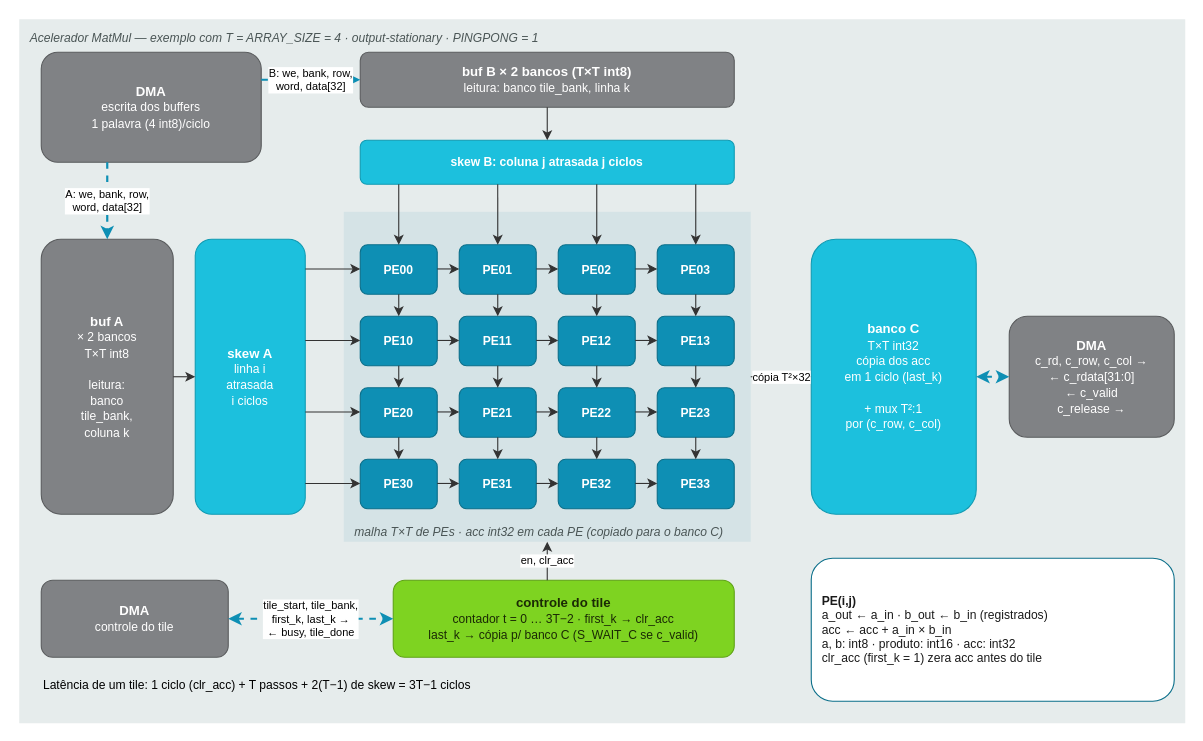
Earlier version of the draw.io diagram docs/img/accel.drawio (jairsdev/rv32-dma). Source tidied: cells renumbered, new cells numbered last; positions are measured from the earlier drawing's top-left corner, leaving out a move shared by most shapes. Both pictures are drawn from the tidied source at 110%, with x=0, y=0 at pixel (19, 19).
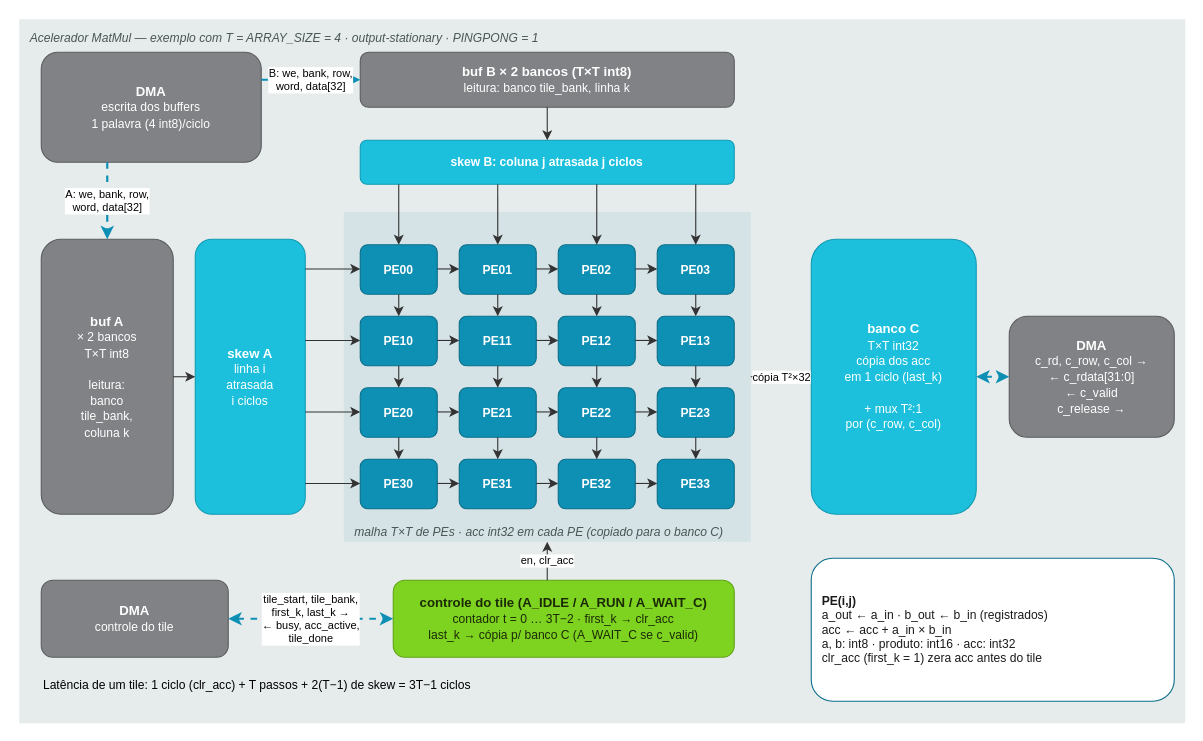
After the change.

Unchanged cells that the change refers to:
```xml
<mxCell id="66" value="DMA&lt;br&gt;&lt;span style='font-weight:normal;font-size:11px'&gt;controle do tile&lt;/span&gt;" style="whiteSpace=wrap;html=1;fontSize=12;fontStyle=1;rounded=1;fillColor=#808285;strokeColor=#5A5C5E;fontColor=#FFFFFF;" parent="1" vertex="1">
  <mxGeometry x="20" y="510" width="170" height="70" as="geometry" />
</mxCell>
```

What changed in the source:
```diff
@@
-    <mxCell id="65" value="controle do tile&lt;br&gt;&lt;span style='font-weight:normal;font-size:11px'&gt;contador t = 0 … 3T−2 · first_k → clr_acc&lt;br&gt;last_k → cópia p/ banco C (S_WAIT_C se c_valid)&lt;/span&gt;" style="whiteSpace=wrap;html=1;fontSize=12;fontStyle=1;rounded=1;fillColor=#7ED321;strokeColor=#5FA316;fontColor=#1B2A05;" parent="1" vertex="1">
+    <mxCell id="65" value="controle do tile (A_IDLE / A_RUN / A_WAIT_C)&lt;br&gt;&lt;span style='font-weight:normal;font-size:11px'&gt;contador t = 0 … 3T−2 · first_k → clr_acc&lt;br&gt;last_k → cópia p/ banco C (A_WAIT_C se c_valid)&lt;/span&gt;" style="whiteSpace=wrap;html=1;fontSize=12;fontStyle=1;rounded=1;fillColor=#7ED321;strokeColor=#5FA316;fontColor=#1B2A05;" parent="1" vertex="1">
       <mxGeometry x="340" y="510" width="310" height="70" as="geometry" />
     </mxCell>
@@
-    <mxCell id="67" value="tile_start, tile_bank,&lt;br&gt;first_k, last_k →&lt;br&gt;← busy, tile_done" style="edgeStyle=orthogonalEdgeStyle;rounded=0;html=1;fontSize=10;labelBackgroundColor=#FFFFFF;startArrow=classic;startFill=1;endArrow=classic;endFill=1;strokeWidth=2;strokeColor=#333333;dashed=1;strokeColor=#0E8FB4;exitX=1.0000;exitY=0.5000;exitDx=0;exitDy=0;entryX=0.0000;entryY=0.5000;entryDx=0;entryDy=0;" parent="1" edge="1" source="66" target="65">
+    <mxCell id="67" value="tile_start, tile_bank,&lt;br&gt;first_k, last_k →&lt;br&gt;← busy, acc_active,&lt;br&gt;tile_done" style="edgeStyle=orthogonalEdgeStyle;rounded=0;html=1;fontSize=10;labelBackgroundColor=#FFFFFF;startArrow=classic;startFill=1;endArrow=classic;endFill=1;strokeWidth=2;strokeColor=#333333;dashed=1;strokeColor=#0E8FB4;exitX=1.0000;exitY=0.5000;exitDx=0;exitDy=0;entryX=0.0000;entryY=0.5000;entryDx=0;entryDy=0;" parent="1" edge="1" source="66" target="65">
       <mxGeometry relative="1" as="geometry" />
     </mxCell>
```
